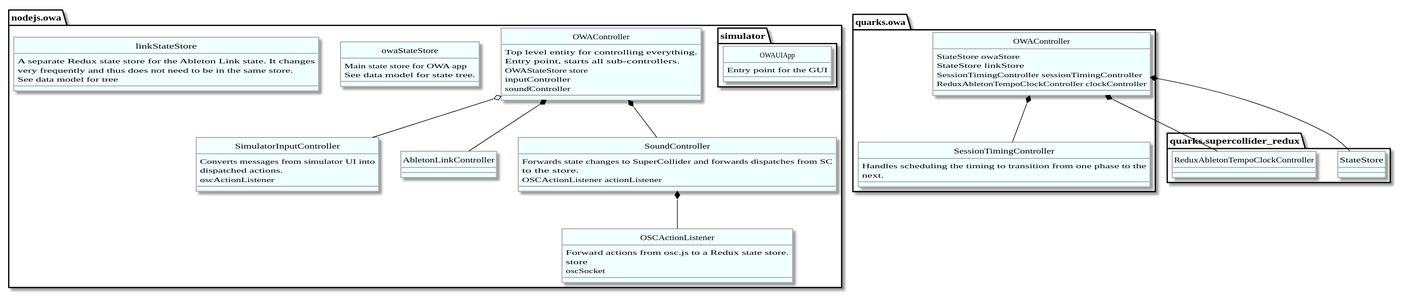
awakeningio/owa keeps this PlantUML diagram as docs/architecture_overview.svg. Above is the earlier version.
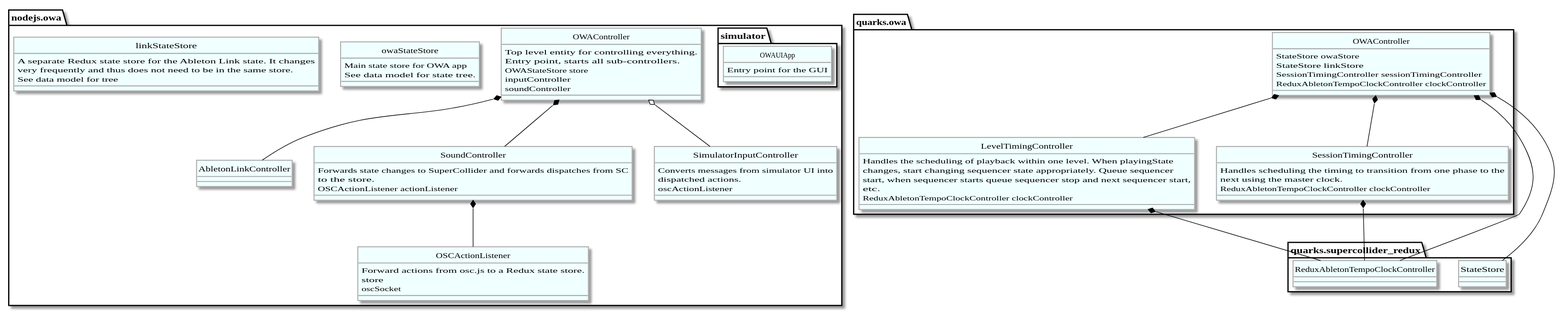
After the commit.

Commit message:
some planning for next steps.

Diff of the diagram source:
```diff
@@ -115,9 +115,23 @@
 
   class SessionTimingController {
     Handles scheduling the timing to transition from one phase to the
-    next.
+    next using the master clock.
+
+    ReduxAbletonTempoClockController clockController
   }
   OWAController *-- SessionTimingController
+  SessionTimingController *-- quarks.supercollider_redux.ReduxAbletonTempoClockController
+
+  class LevelTimingController {
+    Handles the scheduling of playback within one level.  When playingState
+    changes, start changing sequencer state appropriately.  Queue sequencer
+    start, when sequencer starts queue sequencer stop and next sequencer start,
+    etc.
+
+    ReduxAbletonTempoClockController clockController
+  }
+  OWAController *-- LevelTimingController
+  LevelTimingController *-- quarks.supercollider_redux.ReduxAbletonTempoClockController
 }
 
 
```
